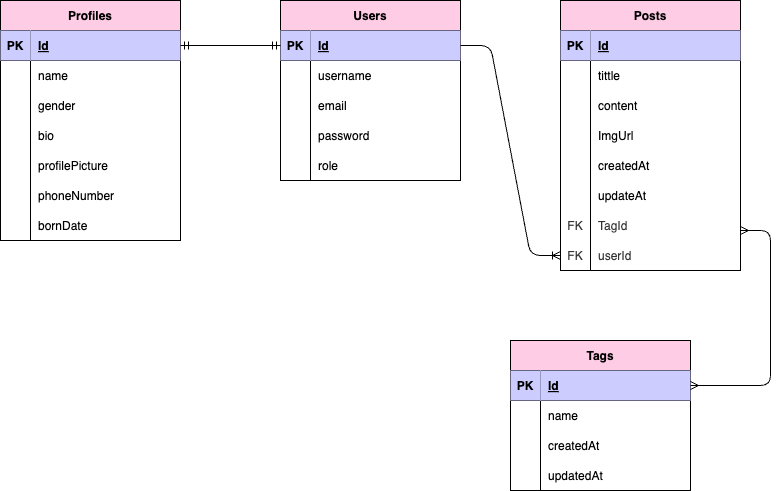
The draw.io diagram schemapp.png.drawio.png in Timoth8/pairprojectX-p1, before a commit. Source tidied: cells renumbered, new cells last; positions are measured from the earlier drawing's top-left corner, leaving out a move shared by most shapes.
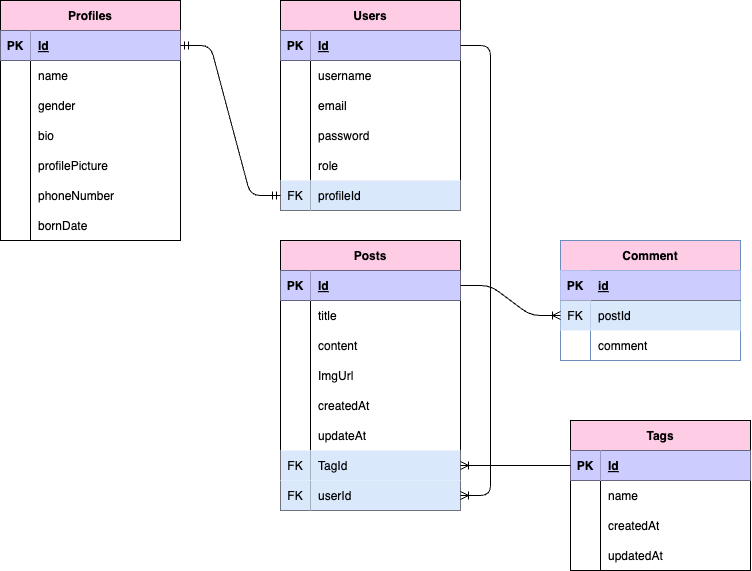
Above is the later version.

Diff of the diagram source:
```diff
@@ -3,7 +3,7 @@
     <mxCell id="0" />
     <mxCell id="1" parent="0" />
     <mxCell id="2" value="Users" style="shape=table;startSize=30;rowLines=0;fontStyle=1;align=center;fillColor=#FFCCE6;" parent="1" vertex="1">
-      <mxGeometry x="280" width="180" height="180" as="geometry" />
+      <mxGeometry x="280" width="180" height="210" as="geometry" />
     </mxCell>
     <mxCell id="3" style="shape=tableRow;horizontal=0;startSize=0;swimlaneHead=0;swimlaneBody=0;fillColor=none;points=[[0,0.5],[1,0.5]];portConstraint=eastwest;top=0;left=0;right=0;bottom=1;" parent="2" vertex="1">
       <mxGeometry y="30" width="180" height="30" as="geometry" />
@@ -50,8 +50,17 @@
     <mxCell id="17" value="role" style="shape=partialRectangle;fillColor=none;top=0;left=0;bottom=0;right=0;align=left;spacingLeft=6;overflow=hidden;" parent="15" vertex="1">
       <mxGeometry x="30" width="150" height="30" as="geometry" />
     </mxCell>
+    <mxCell id="81" style="shape=tableRow;horizontal=0;startSize=0;swimlaneHead=0;swimlaneBody=0;fillColor=none;points=[[0,0.5],[1,0.5]];portConstraint=eastwest;top=0;left=0;right=0;bottom=0;" parent="2" vertex="1">
+      <mxGeometry y="180" width="180" height="30" as="geometry" />
+    </mxCell>
+    <mxCell id="82" value="FK" style="shape=partialRectangle;fillColor=#dae8fc;top=0;left=0;bottom=0;right=0;overflow=hidden;strokeColor=#6c8ebf;" parent="81" vertex="1">
+      <mxGeometry width="30" height="30" as="geometry" />
+    </mxCell>
+    <mxCell id="83" value="profileId" style="shape=partialRectangle;fillColor=#dae8fc;top=0;left=0;bottom=0;right=0;align=left;spacingLeft=6;overflow=hidden;strokeColor=#6c8ebf;" parent="81" vertex="1">
+      <mxGeometry x="30" width="150" height="30" as="geometry" />
+    </mxCell>
     <mxCell id="18" value="Tags" style="shape=table;startSize=30;rowLines=0;fontStyle=1;align=center;fillColor=#FFCCE6;" parent="1" vertex="1">
-      <mxGeometry x="510" y="340" width="180" height="150" as="geometry" />
+      <mxGeometry x="570" y="420" width="180" height="150" as="geometry" />
     </mxCell>
     <mxCell id="19" style="shape=tableRow;horizontal=0;startSize=0;swimlaneHead=0;swimlaneBody=0;fillColor=none;points=[[0,0.5],[1,0.5]];portConstraint=eastwest;top=0;left=0;right=0;bottom=1;" parent="18" vertex="1">
       <mxGeometry y="30" width="180" height="30" as="geometry" />
@@ -156,7 +165,7 @@
       <mxGeometry x="30" width="150" height="30" as="geometry" />
     </mxCell>
     <mxCell id="53" value="Posts" style="shape=table;startSize=30;rowLines=0;fontStyle=1;align=center;fillColor=#FFCCE6;" parent="1" vertex="1">
-      <mxGeometry x="560" width="180" height="270" as="geometry" />
+      <mxGeometry x="280" y="240" width="180" height="270" as="geometry" />
     </mxCell>
     <mxCell id="54" style="shape=tableRow;horizontal=0;startSize=0;swimlaneHead=0;swimlaneBody=0;fillColor=none;points=[[0,0.5],[1,0.5]];portConstraint=eastwest;top=0;left=0;right=0;bottom=1;" parent="53" vertex="1">
       <mxGeometry y="30" width="180" height="30" as="geometry" />
@@ -173,7 +182,7 @@
     <mxCell id="58" style="shape=partialRectangle;fillColor=none;top=0;left=0;bottom=0;right=0;overflow=hidden;" parent="57" vertex="1">
       <mxGeometry width="30" height="30" as="geometry" />
     </mxCell>
-    <mxCell id="59" value="tittle" style="shape=partialRectangle;fillColor=none;top=0;left=0;bottom=0;right=0;align=left;spacingLeft=6;overflow=hidden;" parent="57" vertex="1">
+    <mxCell id="59" value="title" style="shape=partialRectangle;fillColor=none;top=0;left=0;bottom=0;right=0;align=left;spacingLeft=6;overflow=hidden;" parent="57" vertex="1">
       <mxGeometry x="30" width="150" height="30" as="geometry" />
     </mxCell>
     <mxCell id="60" style="shape=tableRow;horizontal=0;startSize=0;swimlaneHead=0;swimlaneBody=0;fillColor=none;top=0;left=0;right=0;bottom=0;" parent="53" vertex="1">
@@ -215,31 +224,65 @@
     <mxCell id="72" style="shape=tableRow;horizontal=0;startSize=0;swimlaneHead=0;swimlaneBody=0;points=[[0,0.5],[1,0.5]];portConstraint=eastwest;top=0;left=0;right=0;bottom=0;strokeColor=#666666;labelBorderColor=none;fillColor=none;fontColor=#333333;" parent="53" vertex="1">
       <mxGeometry y="210" width="180" height="30" as="geometry" />
     </mxCell>
-    <mxCell id="73" value="FK" style="shape=partialRectangle;top=0;left=0;bottom=0;right=0;overflow=hidden;strokeColor=#666666;labelBorderColor=none;fillColor=none;fontColor=#333333;" parent="72" vertex="1">
+    <mxCell id="73" value="FK" style="shape=partialRectangle;top=0;left=0;bottom=0;right=0;overflow=hidden;strokeColor=#6c8ebf;labelBorderColor=none;fillColor=#dae8fc;" parent="72" vertex="1">
       <mxGeometry width="30" height="30" as="geometry" />
     </mxCell>
-    <mxCell id="74" value="TagId" style="shape=partialRectangle;top=0;left=0;bottom=0;right=0;align=left;spacingLeft=6;overflow=hidden;strokeColor=#666666;labelBorderColor=none;fillColor=none;fontColor=#333333;" parent="72" vertex="1">
+    <mxCell id="74" value="TagId" style="shape=partialRectangle;top=0;left=0;bottom=0;right=0;align=left;spacingLeft=6;overflow=hidden;strokeColor=#6c8ebf;labelBorderColor=none;fillColor=#dae8fc;" parent="72" vertex="1">
       <mxGeometry x="30" width="150" height="30" as="geometry" />
     </mxCell>
     <mxCell id="75" style="shape=tableRow;horizontal=0;startSize=0;swimlaneHead=0;swimlaneBody=0;points=[[0,0.5],[1,0.5]];portConstraint=eastwest;top=0;left=0;right=0;bottom=0;strokeColor=#666666;labelBorderColor=none;fillColor=none;fontColor=#333333;" parent="53" vertex="1">
       <mxGeometry y="240" width="180" height="30" as="geometry" />
     </mxCell>
-    <mxCell id="76" value="FK" style="shape=partialRectangle;top=0;left=0;bottom=0;right=0;overflow=hidden;strokeColor=#666666;labelBorderColor=none;fillColor=none;fontColor=#333333;" parent="75" vertex="1">
+    <mxCell id="76" value="FK" style="shape=partialRectangle;top=0;left=0;bottom=0;right=0;overflow=hidden;strokeColor=#6c8ebf;labelBorderColor=none;fillColor=#dae8fc;" parent="75" vertex="1">
       <mxGeometry width="30" height="30" as="geometry" />
     </mxCell>
-    <mxCell id="77" value="userId" style="shape=partialRectangle;top=0;left=0;bottom=0;right=0;align=left;spacingLeft=6;overflow=hidden;strokeColor=#666666;labelBorderColor=none;fillColor=none;fontColor=#333333;" parent="75" vertex="1">
+    <mxCell id="77" value="userId" style="shape=partialRectangle;top=0;left=0;bottom=0;right=0;align=left;spacingLeft=6;overflow=hidden;strokeColor=#6c8ebf;labelBorderColor=none;fillColor=#dae8fc;" parent="75" vertex="1">
       <mxGeometry x="30" width="150" height="30" as="geometry" />
     </mxCell>
-    <mxCell id="78" style="edgeStyle=entityRelationEdgeStyle;fontSize=12;html=1;endArrow=ERmandOne;startArrow=ERmandOne;exitX=1;exitY=0.5;exitDx=0;exitDy=0;entryX=0;entryY=0.5;entryDx=0;entryDy=0;" parent="1" edge="1" source="32" target="3">
+    <mxCell id="78" style="edgeStyle=entityRelationEdgeStyle;fontSize=12;html=1;endArrow=ERmandOne;startArrow=ERmandOne;exitX=1;exitY=0.5;exitDx=0;exitDy=0;entryX=0;entryY=0.5;entryDx=0;entryDy=0;" parent="1" edge="1" source="32" target="81">
       <mxGeometry relative="1" as="geometry" />
     </mxCell>
     <mxCell id="79" style="edgeStyle=entityRelationEdgeStyle;fontSize=12;html=1;endArrow=ERoneToMany;exitX=1;exitY=0.5;exitDx=0;exitDy=0;" parent="1" edge="1" source="3" target="75">
       <mxGeometry relative="1" as="geometry" />
     </mxCell>
-    <mxCell id="80" style="edgeStyle=entityRelationEdgeStyle;fontSize=12;html=1;endArrow=ERmany;startArrow=ERmany;entryX=1;entryY=0.5;entryDx=0;entryDy=0;" parent="1" edge="1" target="19">
-      <mxGeometry relative="1" as="geometry">
-        <mxPoint x="740" y="230" as="sourcePoint" />
-      </mxGeometry>
-    </mxCell>
+    <mxCell id="84" style="edgeStyle=entityRelationEdgeStyle;fontSize=12;html=1;endArrow=ERoneToMany;exitX=0;exitY=0.5;exitDx=0;exitDy=0;entryX=1;entryY=0.5;entryDx=0;entryDy=0;" parent="1" edge="1" source="19" target="72">
+      <mxGeometry relative="1" as="geometry" />
+    </mxCell>
+    <mxCell id="85" value="Comment" style="shape=table;startSize=30;rowLines=0;fontStyle=1;align=center;fillColor=#FFCCE6;strokeColor=#6c8ebf;" parent="1" vertex="1">
+      <mxGeometry x="560" y="240" width="180" height="120" as="geometry" />
+    </mxCell>
+    <mxCell id="86" style="shape=tableRow;horizontal=0;startSize=0;swimlaneHead=0;swimlaneBody=0;fillColor=#CCCCFF;top=0;left=0;right=0;bottom=1;" parent="85" vertex="1">
+      <mxGeometry y="30" width="180" height="30" as="geometry" />
+    </mxCell>
+    <mxCell id="87" value="PK" style="shape=partialRectangle;fillColor=#CCCCFF;top=0;left=0;bottom=0;right=0;fontStyle=1;overflow=hidden;" parent="86" vertex="1">
+      <mxGeometry width="30" height="30" as="geometry" />
+    </mxCell>
+    <mxCell id="88" value="id" style="shape=partialRectangle;fillColor=none;top=0;left=0;bottom=0;right=0;align=left;spacingLeft=6;fontStyle=5;overflow=hidden;" parent="86" vertex="1">
+      <mxGeometry x="30" width="150" height="30" as="geometry" />
+    </mxCell>
+    <mxCell id="89" style="shape=tableRow;horizontal=0;startSize=0;swimlaneHead=0;swimlaneBody=0;fillColor=none;points=[[0,0.5],[1,0.5]];portConstraint=eastwest;top=0;left=0;right=0;bottom=0;" parent="85" vertex="1">
+      <mxGeometry y="60" width="180" height="30" as="geometry" />
+    </mxCell>
+    <mxCell id="90" value="FK" style="shape=partialRectangle;fillColor=#dae8fc;top=0;left=0;bottom=0;right=0;overflow=hidden;strokeColor=#6c8ebf;" parent="89" vertex="1">
+      <mxGeometry width="30" height="30" as="geometry" />
+    </mxCell>
+    <mxCell id="91" value="postId" style="shape=partialRectangle;fillColor=#dae8fc;top=0;left=0;bottom=0;right=0;align=left;spacingLeft=6;overflow=hidden;strokeColor=#6c8ebf;" parent="89" vertex="1">
+      <mxGeometry x="30" width="150" height="30" as="geometry" />
+    </mxCell>
+    <mxCell id="92" style="shape=tableRow;horizontal=0;startSize=0;swimlaneHead=0;swimlaneBody=0;fillColor=none;top=0;left=0;right=0;bottom=0;" parent="85" vertex="1">
+      <mxGeometry y="90" width="180" height="30" as="geometry" />
+    </mxCell>
+    <mxCell id="93" style="shape=partialRectangle;fillColor=none;top=0;left=0;bottom=0;right=0;overflow=hidden;strokeColor=#6c8ebf;" parent="92" vertex="1">
+      <mxGeometry width="30" height="30" as="geometry" />
+    </mxCell>
+    <mxCell id="94" value="comment" style="shape=partialRectangle;fillColor=none;top=0;left=0;bottom=0;right=0;align=left;spacingLeft=6;overflow=hidden;strokeColor=#6c8ebf;" parent="92" vertex="1">
+      <mxGeometry x="30" width="150" height="30" as="geometry" />
+    </mxCell>
+    <mxCell id="95" style="edgeStyle=entityRelationEdgeStyle;fontSize=12;html=1;endArrow=ERoneToMany;exitX=1;exitY=0.5;exitDx=0;exitDy=0;entryX=0;entryY=0.5;entryDx=0;entryDy=0;" parent="1" edge="1" source="54" target="89">
+      <mxGeometry relative="1" as="geometry" />
+    </mxCell>
+    <mxCell id="96" style="edgeStyle=entityRelationEdgeStyle;fontSize=12;html=1;endArrow=ERoneToMany;exitX=0;exitY=0.5;exitDx=0;exitDy=0;entryX=1;entryY=0.5;entryDx=0;entryDy=0;" parent="1" edge="1" source="x" target="x">
+      <mxGeometry relative="1" as="geometry" />
+    </mxCell>
   </root>
 </mxGraphModel>
```
